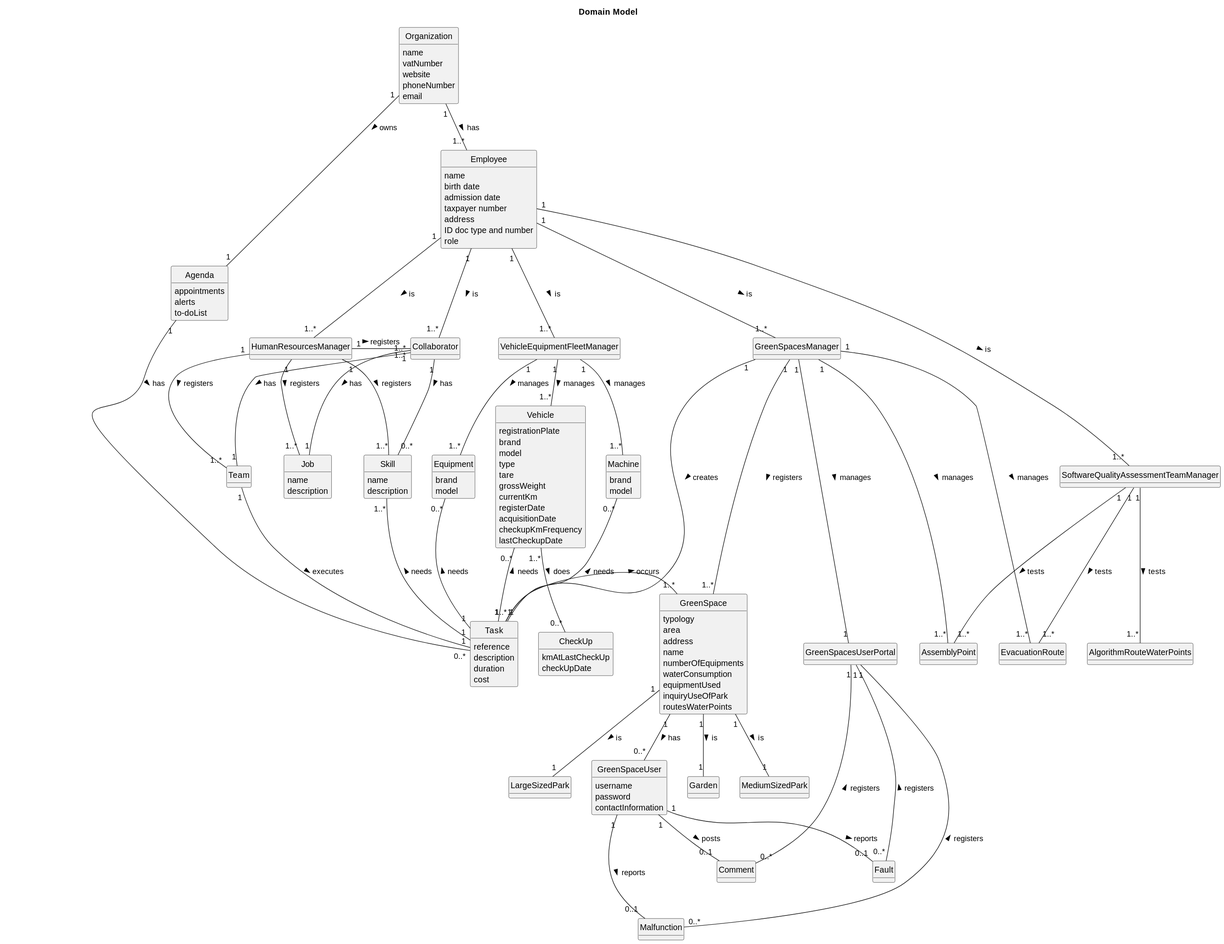
Above: docs/sprintC/global-artifacts/02.analysis/svg/project-domain-model.svg in LopemigueISEP/lei-24-s2-1nb-g312 (PlantUML), before the change. Its diagram source:
```plantuml
@startuml
skinparam monochrome true
skinparam packageStyle rectangle
skinparam shadowing false
skinparam classAttributeIconSize 0
hide circle
hide methods

title Domain Model

class Organization {
    name
    vatNumber
    website
    phoneNumber
    email
}
class Employee {
    name
    birth date
    contact (email/phone)
    admission date
    taxpayer number
    address
    ID doc type and number
    role
}
class Agenda {
    appointments
    alerts
    to-doList
}
class Task {
    reference
    description
    duration
    cost
}
class GreenSpace {
    typology
    area
    address
    name
    numberOfEquipments
    waterConsumption
    equipmentUsed
    inquiryUseOfPark
    routesWaterPoints
}
class GreenSpaceUser {
    username
    password
    contactInformation
}
class HumanResourcesManager{
}
class VehicleEquipmentFleetManager{
}
class GreenSpacesManager{

}
class SoftwareQualityAssessmentTeamManager{

}
class Collaborator{
}
class Team{
}
class Job{
    name
    description
}
class Skill{
    name
    description
}
class Vehicle{
    registrationPlate
    brand
    model
    type
    tare
    grossWeight
    currentKm
    registerDate
    acquisitionDate
    checkupKmFrequency
    lastCheckupDate
}

class CheckUp{
    kmAtLastCheckUp
    checkUpDate
}

class Equipment{
    brand
    model

}
class Machine{
    brand
    model
}
class GreenSpacesUserPortal{
}
class Comment{
}
class Fault{
}
class Malfunction{
}
class Garden{
}
class MediumSizedPark{
}
class LargeSizedPark{
}

Organization "1" -- "1" Agenda : owns >
Organization "1" -- "1..*" Employee : has >
Employee "1" -- "1..*" HumanResourcesManager : is >
Employee "1" -- "1..*" VehicleEquipmentFleetManager : is >
Employee "1" -- "1..*" GreenSpacesManager : is >
Employee "1" -- "1..*" SoftwareQualityAssessmentTeamManager : is >
Employee "1" -- "1..*" Collaborator : is >
Task "1..*" - "1..*" GreenSpace: occurs >
GreenSpace -[hidden]-> Task
HumanResourcesManager "1" -- "1..*" Team : registers >
HumanResourcesManager "1" - "1..*" Collaborator : registers >
HumanResourcesManager "1" -- "1..*" Job : registers >
HumanResourcesManager "1" -- "1..*" Skill : registers >
VehicleEquipmentFleetManager "1" -- "1..*" Vehicle : manages >
VehicleEquipmentFleetManager "1" -- "1..*" Equipment : manages >
VehicleEquipmentFleetManager "1" -- "1..*" Machine : manages >
GreenSpacesManager "1" -- "1..*" GreenSpace : registers >
GreenSpacesManager "1" --- "1" Task : creates >
GreenSpacesManager "1" --- "1" GreenSpacesUserPortal : manages >
GreenSpacesManager "1" --- "1..*" AssemblyPoint : manages >
GreenSpacesManager "1" --- "1..*" EvacuationRoute : manages >
Collaborator "1" -- "1" Job : has >
Collaborator "1" -- "0..*" Skill : has >
Collaborator "1..*" -- "1" Team : has >
Skill "1..*" -- "1" Task : needs <
SoftwareQualityAssessmentTeamManager "1" -- "1..*" AlgorithmRouteWaterPoints : tests >
SoftwareQualityAssessmentTeamManager "1" -- "1..*" EvacuationRoute : tests >
SoftwareQualityAssessmentTeamManager "1" -- "1..*" AssemblyPoint : tests >
GreenSpacesUserPortal "1" --- "0..*" Comment : registers <
GreenSpacesUserPortal "1" --- "0..*" Fault : registers <
GreenSpacesUserPortal "1" ---- "0..*" Malfunction : registers <
GreenSpaceUser "1" -- "0..1" Comment : posts >
Comment -[hidden]-> GreenSpaceUser
GreenSpaceUser "1" -- "0..1" Fault : reports >
Fault -[hidden]-> GreenSpaceUser
GreenSpaceUser "1" -- "0..1" Malfunction : reports >
Malfunction -[hidden]> GreenSpaceUser
Agenda "1" -- "0..*" Task : has >
Team "1" -- "1" Task : executes >
GreenSpace "1" -- "0..*" GreenSpaceUser : has >
Vehicle "0..*" -- "1" Task : needs <
Machine "0..*" -- "1" Task : needs <
Equipment "0..*" -- "1" Task : needs <
GreenSpace "1" -- "1" MediumSizedPark : is >
GreenSpace "1" -- "1" Garden : is >
GreenSpace "1" -- "1" LargeSizedPark : is >
Vehicle "1..*" -- "0..*" CheckUp : does >
@enduml
```
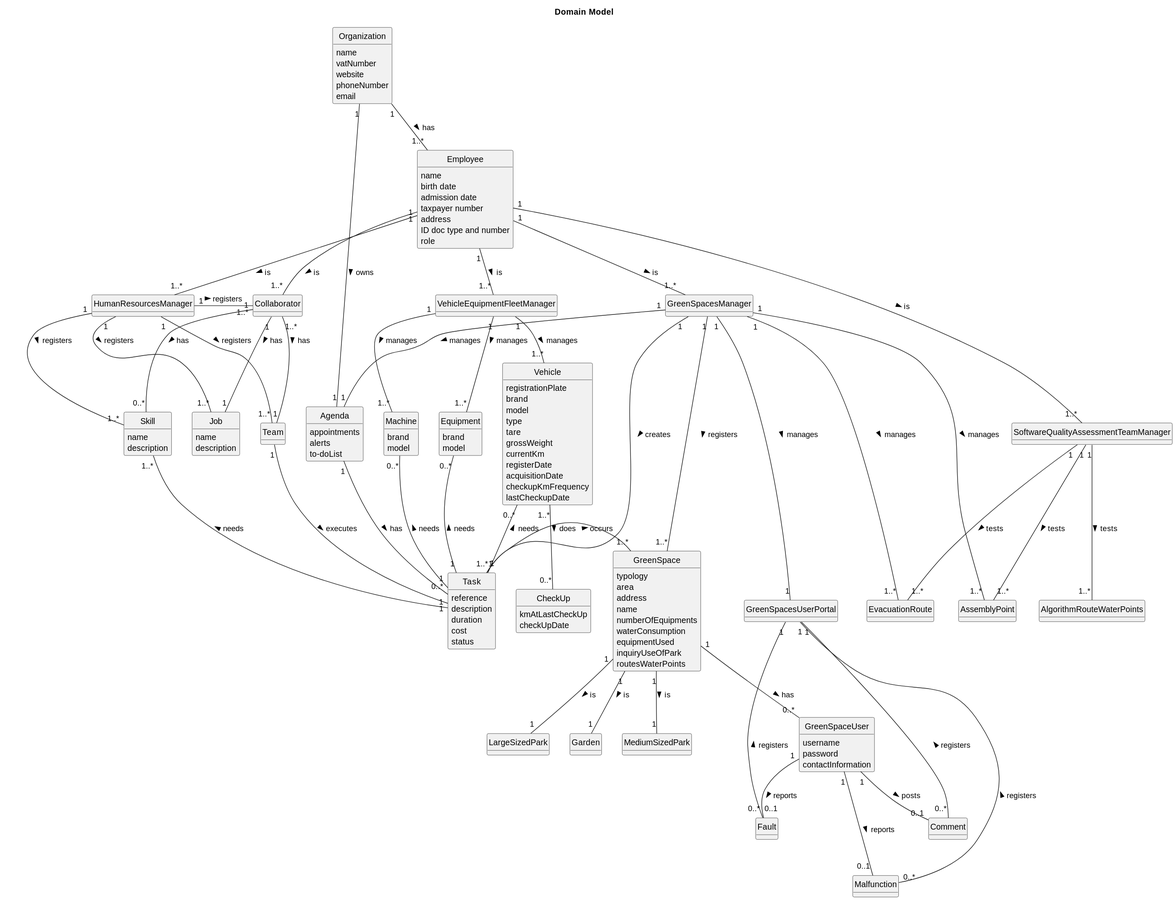
Above is the later version.

Commit message:
#21 Added relation between GSM and agenda. Added status attribute to Agenda class

What changed in the source:
```diff
@@ -35,6 +35,7 @@
     description
     duration
     cost
+    status
 }
 class GreenSpace {
     typology
@@ -164,4 +165,5 @@
 GreenSpace "1" -- "1" Garden : is >
 GreenSpace "1" -- "1" LargeSizedPark : is >
 Vehicle "1..*" -- "0..*" CheckUp : does >
+GreenSpacesManager "1" -- "1" Agenda : manages >
 @enduml
```
